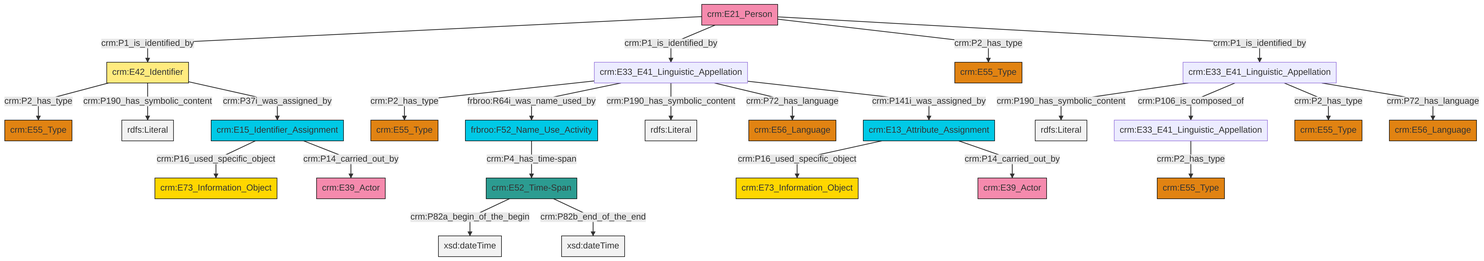
The Mermaid diagram et/personCSV/ttl/mmd/png/Person_Names_and_Classification.png in swiss-art-research-net/reference-data-models, before a commit. Its source is kept beside it as et/personCSV/ttl/mmd/Person_Names_and_Classification.ttl.mmd.
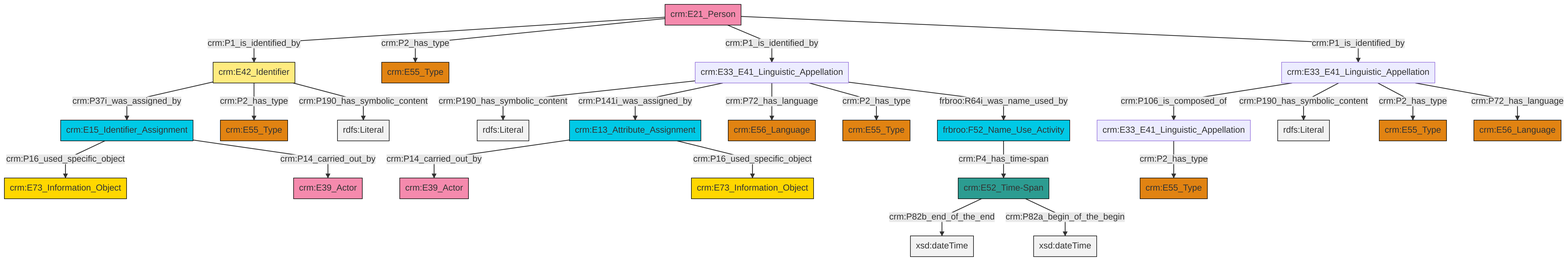
The same diagram one commit later.

Change to the diagram source:
```diff
@@ -13,27 +13,27 @@
 classDef PC_Classes fill:#4ce600, stroke:#000000;
 classDef Multi fill:#cccccc,stroke:#000000;
 
-0["crm:E21_Person"]:::Actor -->|crm:P1_is_identified_by| 1["crm:E42_Identifier"]:::Appellation
-3["crm:E52_Time-Span"]:::Time-Span -->|crm:P82a_begin_of_the_begin| 4[xsd:dateTime]:::Literal
-5["crm:E33_E41_Linguistic_Appellation"]:::Default -->|crm:P2_has_type| 6["crm:E55_Type"]:::Type
-7["crm:E33_E41_Linguistic_Appellation"]:::Default -->|crm:P190_has_symbolic_content| 8[rdfs:Literal]:::Literal
-5["crm:E33_E41_Linguistic_Appellation"]:::Default -->|frbroo:R64i_was_name_used_by| 9["frbroo:F52_Name_Use_Activity"]:::Temporal_Entity
-0["crm:E21_Person"]:::Actor -->|crm:P1_is_identified_by| 5["crm:E33_E41_Linguistic_Appellation"]:::Default
-1["crm:E42_Identifier"]:::Appellation -->|crm:P2_has_type| 15["crm:E55_Type"]:::Type
-16["crm:E13_Attribute_Assignment"]:::Temporal_Entity -->|crm:P16_used_specific_object| 17["crm:E73_Information_Object"]:::Conceptual_Object
-16["crm:E13_Attribute_Assignment"]:::Temporal_Entity -->|crm:P14_carried_out_by| 18["crm:E39_Actor"]:::Actor
-0["crm:E21_Person"]:::Actor -->|crm:P2_has_type| 19["crm:E55_Type"]:::Type
-5["crm:E33_E41_Linguistic_Appellation"]:::Default -->|crm:P190_has_symbolic_content| 21[rdfs:Literal]:::Literal
-13["crm:E15_Identifier_Assignment"]:::Temporal_Entity -->|crm:P16_used_specific_object| 22["crm:E73_Information_Object"]:::Conceptual_Object
-27["crm:E33_E41_Linguistic_Appellation"]:::Default -->|crm:P2_has_type| 23["crm:E55_Type"]:::Type
-1["crm:E42_Identifier"]:::Appellation -->|crm:P190_has_symbolic_content| 28[rdfs:Literal]:::Literal
-1["crm:E42_Identifier"]:::Appellation -->|crm:P37i_was_assigned_by| 13["crm:E15_Identifier_Assignment"]:::Temporal_Entity
-5["crm:E33_E41_Linguistic_Appellation"]:::Default -->|crm:P72_has_language| 37["crm:E56_Language"]:::Type
-7["crm:E33_E41_Linguistic_Appellation"]:::Default -->|crm:P106_is_composed_of| 27["crm:E33_E41_Linguistic_Appellation"]:::Default
-7["crm:E33_E41_Linguistic_Appellation"]:::Default -->|crm:P2_has_type| 11["crm:E55_Type"]:::Type
-5["crm:E33_E41_Linguistic_Appellation"]:::Default -->|crm:P141i_was_assigned_by| 16["crm:E13_Attribute_Assignment"]:::Temporal_Entity
-0["crm:E21_Person"]:::Actor -->|crm:P1_is_identified_by| 7["crm:E33_E41_Linguistic_Appellation"]:::Default
-7["crm:E33_E41_Linguistic_Appellation"]:::Default -->|crm:P72_has_language| 41["crm:E56_Language"]:::Type
-9["frbroo:F52_Name_Use_Activity"]:::Temporal_Entity -->|crm:P4_has_time-span| 3["crm:E52_Time-Span"]:::Time-Span
-13["crm:E15_Identifier_Assignment"]:::Temporal_Entity -->|crm:P14_carried_out_by| 30["crm:E39_Actor"]:::Actor
-3["crm:E52_Time-Span"]:::Time-Span -->|crm:P82b_end_of_the_end| 45[xsd:dateTime]:::Literal
+0["crm:E33_E41_Linguistic_Appellation"]:::Default -->|crm:P106_is_composed_of| 1["crm:E33_E41_Linguistic_Appellation"]:::Default
+5["crm:E52_Time-Span"]:::Time-Span -->|crm:P82b_end_of_the_end| 13[xsd:dateTime]:::Literal
+9["crm:E33_E41_Linguistic_Appellation"]:::Default -->|crm:P190_has_symbolic_content| 14[rdfs:Literal]:::Literal
+15["crm:E15_Identifier_Assignment"]:::Temporal_Entity -->|crm:P16_used_specific_object| 16["crm:E73_Information_Object"]:::Conceptual_Object
+9["crm:E33_E41_Linguistic_Appellation"]:::Default -->|crm:P141i_was_assigned_by| 17["crm:E13_Attribute_Assignment"]:::Temporal_Entity
+19["crm:E21_Person"]:::Actor -->|crm:P1_is_identified_by| 20["crm:E42_Identifier"]:::Appellation
+15["crm:E15_Identifier_Assignment"]:::Temporal_Entity -->|crm:P14_carried_out_by| 21["crm:E39_Actor"]:::Actor
+19["crm:E21_Person"]:::Actor -->|crm:P2_has_type| 22["crm:E55_Type"]:::Type
+9["crm:E33_E41_Linguistic_Appellation"]:::Default -->|crm:P72_has_language| 23["crm:E56_Language"]:::Type
+20["crm:E42_Identifier"]:::Appellation -->|crm:P37i_was_assigned_by| 15["crm:E15_Identifier_Assignment"]:::Temporal_Entity
+17["crm:E13_Attribute_Assignment"]:::Temporal_Entity -->|crm:P14_carried_out_by| 24["crm:E39_Actor"]:::Actor
+19["crm:E21_Person"]:::Actor -->|crm:P1_is_identified_by| 9["crm:E33_E41_Linguistic_Appellation"]:::Default
+5["crm:E52_Time-Span"]:::Time-Span -->|crm:P82a_begin_of_the_begin| 25[xsd:dateTime]:::Literal
+17["crm:E13_Attribute_Assignment"]:::Temporal_Entity -->|crm:P16_used_specific_object| 27["crm:E73_Information_Object"]:::Conceptual_Object
+20["crm:E42_Identifier"]:::Appellation -->|crm:P2_has_type| 28["crm:E55_Type"]:::Type
+9["crm:E33_E41_Linguistic_Appellation"]:::Default -->|crm:P2_has_type| 31["crm:E55_Type"]:::Type
+19["crm:E21_Person"]:::Actor -->|crm:P1_is_identified_by| 0["crm:E33_E41_Linguistic_Appellation"]:::Default
+20["crm:E42_Identifier"]:::Appellation -->|crm:P190_has_symbolic_content| 34[rdfs:Literal]:::Literal
+0["crm:E33_E41_Linguistic_Appellation"]:::Default -->|crm:P190_has_symbolic_content| 36[rdfs:Literal]:::Literal
+0["crm:E33_E41_Linguistic_Appellation"]:::Default -->|crm:P2_has_type| 2["crm:E55_Type"]:::Type
+39["frbroo:F52_Name_Use_Activity"]:::Temporal_Entity -->|crm:P4_has_time-span| 5["crm:E52_Time-Span"]:::Time-Span
+9["crm:E33_E41_Linguistic_Appellation"]:::Default -->|frbroo:R64i_was_name_used_by| 39["frbroo:F52_Name_Use_Activity"]:::Temporal_Entity
+0["crm:E33_E41_Linguistic_Appellation"]:::Default -->|crm:P72_has_language| 7["crm:E56_Language"]:::Type
+1["crm:E33_E41_Linguistic_Appellation"]:::Default -->|crm:P2_has_type| 11["crm:E55_Type"]:::Type
```
